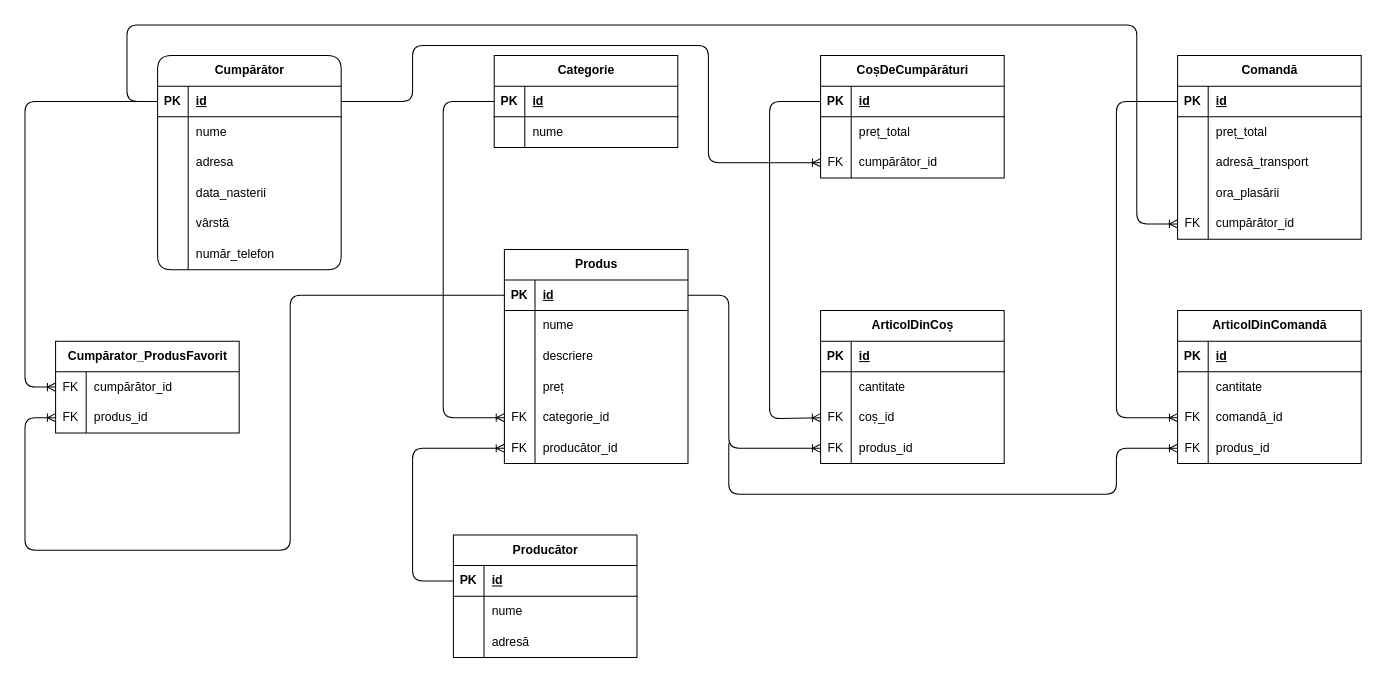
Before: page "database logic model - nenorm" (7 of 9) of use_case_diagram.drawio in ErikaRusznak/piazza-ecommerce, a draw.io diagram. Source tidied: cells renumbered, new cells numbered last; positions are measured from the earlier drawing's top-left corner, leaving out a move shared by most shapes. Both pictures are drawn from the tidied source at 102%, with x=0, y=0 at pixel (24, 24).
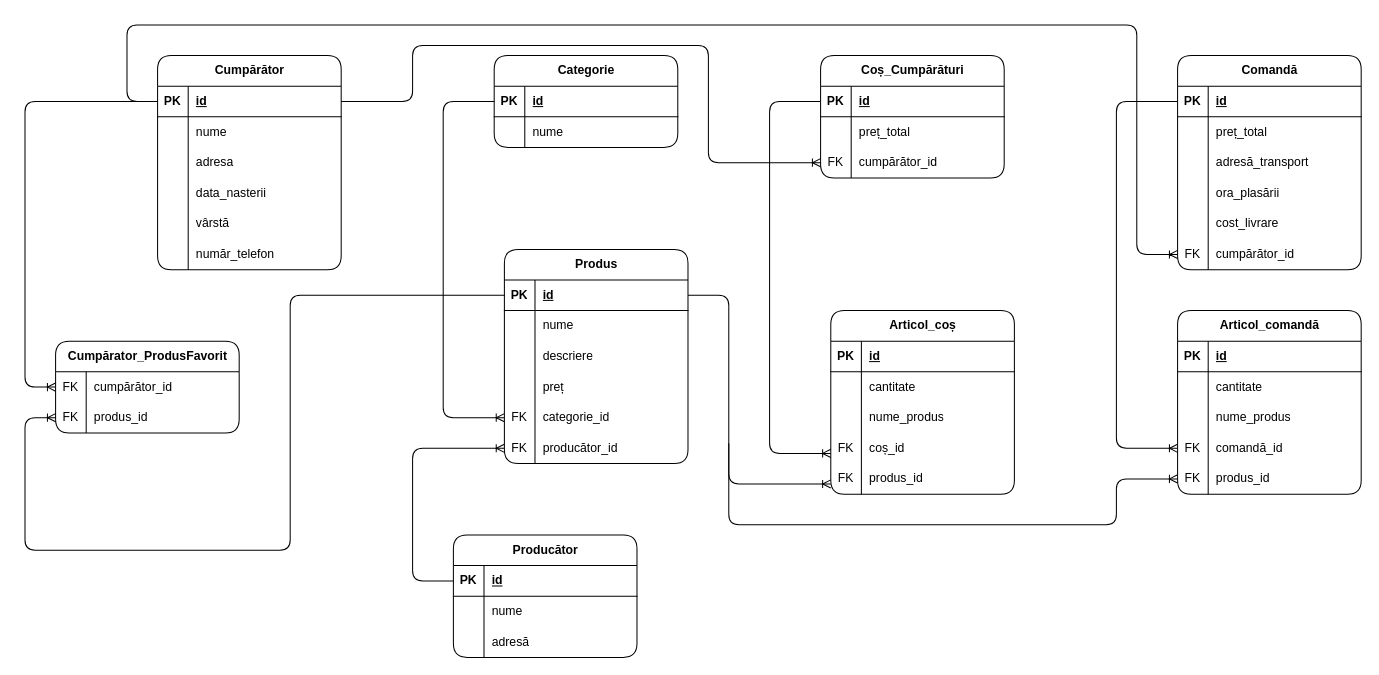
The same diagram, later.

The change refers to these unchanged cells:
```xml
<mxCell id="3" style="shape=tableRow;horizontal=0;startSize=0;swimlaneHead=0;swimlaneBody=0;fillColor=none;points=[[0,0.5],[1,0.5]];portConstraint=eastwest;top=0;left=0;right=0;bottom=1;" parent="2" vertex="1">
  <mxGeometry y="30" width="180" height="30" as="geometry" />
</mxCell>
<mxCell id="29" style="shape=tableRow;horizontal=0;startSize=0;swimlaneHead=0;swimlaneBody=0;fillColor=none;points=[[0,0.5],[1,0.5]];portConstraint=eastwest;top=0;left=0;right=0;bottom=1;" parent="28" vertex="1">
  <mxGeometry y="30" width="180" height="30" as="geometry" />
</mxCell>
<mxCell id="58" style="shape=tableRow;horizontal=0;startSize=0;swimlaneHead=0;swimlaneBody=0;fillColor=none;points=[[0,0.5],[1,0.5]];portConstraint=eastwest;top=0;left=0;right=0;bottom=1;" parent="57" vertex="1">
  <mxGeometry y="30" width="180" height="30" as="geometry" />
</mxCell>
<mxCell id="74" style="shape=tableRow;horizontal=0;startSize=0;swimlaneHead=0;swimlaneBody=0;fillColor=none;points=[[0,0.5],[1,0.5]];portConstraint=eastwest;top=0;left=0;right=0;bottom=0;" parent="67" vertex="1">
  <mxGeometry y="90" width="180" height="30" as="geometry" />
</mxCell>
<mxCell id="77" style="shape=tableRow;horizontal=0;startSize=0;swimlaneHead=0;swimlaneBody=0;fillColor=none;points=[[0,0.5],[1,0.5]];portConstraint=eastwest;top=0;left=0;right=0;bottom=0;" parent="67" vertex="1">
  <mxGeometry y="120" width="180" height="30" as="geometry" />
</mxCell>
<mxCell id="81" style="shape=tableRow;horizontal=0;startSize=0;swimlaneHead=0;swimlaneBody=0;fillColor=none;points=[[0,0.5],[1,0.5]];portConstraint=eastwest;top=0;left=0;right=0;bottom=1;" parent="80" vertex="1">
  <mxGeometry y="30" width="180" height="30" as="geometry" />
</mxCell>
<mxCell id="93" style="shape=tableRow;horizontal=0;startSize=0;swimlaneHead=0;swimlaneBody=0;fillColor=none;points=[[0,0.5],[1,0.5]];portConstraint=eastwest;top=0;left=0;right=0;bottom=0;" parent="80" vertex="1">
  <mxGeometry y="150" width="180" height="30" as="geometry" />
</mxCell>
<mxCell id="103" style="shape=tableRow;horizontal=0;startSize=0;swimlaneHead=0;swimlaneBody=0;fillColor=none;points=[[0,0.5],[1,0.5]];portConstraint=eastwest;top=0;left=0;right=0;bottom=0;" parent="96" vertex="1">
  <mxGeometry y="90" width="180" height="30" as="geometry" />
</mxCell>
<mxCell id="106" style="shape=tableRow;horizontal=0;startSize=0;swimlaneHead=0;swimlaneBody=0;fillColor=none;points=[[0,0.5],[1,0.5]];portConstraint=eastwest;top=0;left=0;right=0;bottom=0;" parent="96" vertex="1">
  <mxGeometry y="120" width="180" height="30" as="geometry" />
</mxCell>
```

Diff of the diagram source:
```diff
@@
-    <mxCell id="21" value="Categorie" style="shape=table;startSize=30;childLayout=tableLayout;rowLines=0;fontStyle=1;align=center;html=1;" parent="1" vertex="1">
+    <mxCell id="21" value="Categorie" style="shape=table;startSize=30;childLayout=tableLayout;rowLines=0;fontStyle=1;align=center;html=1;rounded=1;" parent="1" vertex="1">
       <mxGeometry x="460" y="30" width="180" height="90" as="geometry" />
     </mxCell>
@@
-    <mxCell id="28" value="Produs" style="shape=table;startSize=30;childLayout=tableLayout;rowLines=0;fontStyle=1;align=center;html=1;" parent="1" vertex="1">
+    <mxCell id="28" value="Produs" style="shape=table;startSize=30;childLayout=tableLayout;rowLines=0;fontStyle=1;align=center;html=1;rounded=1;" parent="1" vertex="1">
       <mxGeometry x="470" y="220" width="180" height="210" as="geometry" />
     </mxCell>
@@
-    <mxCell id="47" value="Producător" style="shape=table;startSize=30;childLayout=tableLayout;rowLines=0;fontStyle=1;align=center;html=1;" parent="1" vertex="1">
+    <mxCell id="47" value="Producător" style="shape=table;startSize=30;childLayout=tableLayout;rowLines=0;fontStyle=1;align=center;html=1;rounded=1;" parent="1" vertex="1">
       <mxGeometry x="420" y="500" width="180" height="120" as="geometry" />
     </mxCell>
@@
-    <mxCell id="57" value="CoșDeCumpărături" style="shape=table;startSize=30;childLayout=tableLayout;rowLines=0;fontStyle=1;align=center;html=1;" parent="1" vertex="1">
+    <mxCell id="57" value="Coș_Cumpărături" style="shape=table;startSize=30;childLayout=tableLayout;rowLines=0;fontStyle=1;align=center;html=1;rounded=1;" parent="1" vertex="1">
       <mxGeometry x="780" y="30" width="180" height="120" as="geometry" />
     </mxCell>
@@
-    <mxCell id="67" value="ArticolDinCoș" style="shape=table;startSize=30;childLayout=tableLayout;rowLines=0;fontStyle=1;align=center;html=1;" parent="1" vertex="1">
-      <mxGeometry x="780" y="280" width="180" height="150" as="geometry" />
+    <mxCell id="67" value="Articol_coș" style="shape=table;startSize=30;childLayout=tableLayout;rowLines=0;fontStyle=1;align=center;html=1;rounded=1;" parent="1" vertex="1">
+      <mxGeometry x="790" y="280" width="180" height="180" as="geometry" />
     </mxCell>
@@
-    <mxCell id="75" value="FK" style="shape=partialRectangle;fillColor=none;top=0;left=0;bottom=0;right=0;overflow=hidden;whiteSpace=wrap;html=1;" parent="74" vertex="1">
+    <mxCell id="75" style="shape=partialRectangle;fillColor=none;top=0;left=0;bottom=0;right=0;overflow=hidden;whiteSpace=wrap;html=1;" parent="74" vertex="1">
       <mxGeometry width="30" height="30" as="geometry" />
     </mxCell>
-    <mxCell id="76" value="coș_id" style="shape=partialRectangle;fillColor=none;top=0;left=0;bottom=0;right=0;align=left;spacingLeft=6;overflow=hidden;whiteSpace=wrap;html=1;" parent="74" vertex="1">
+    <mxCell id="76" value="nume_produs" style="shape=partialRectangle;fillColor=none;top=0;left=0;bottom=0;right=0;align=left;spacingLeft=6;overflow=hidden;whiteSpace=wrap;html=1;" parent="74" vertex="1">
       <mxGeometry x="30" width="150" height="30" as="geometry" />
     </mxCell>
@@
-    <mxCell id="79" value="produs_id" style="shape=partialRectangle;fillColor=none;top=0;left=0;bottom=0;right=0;align=left;spacingLeft=6;overflow=hidden;whiteSpace=wrap;html=1;" parent="77" vertex="1">
+    <mxCell id="79" value="coș_id" style="shape=partialRectangle;fillColor=none;top=0;left=0;bottom=0;right=0;align=left;spacingLeft=6;overflow=hidden;whiteSpace=wrap;html=1;" parent="77" vertex="1">
       <mxGeometry x="30" width="150" height="30" as="geometry" />
     </mxCell>
+    <mxCell id="130" style="shape=tableRow;horizontal=0;startSize=0;swimlaneHead=0;swimlaneBody=0;fillColor=none;top=0;left=0;right=0;bottom=0;" parent="67" vertex="1">
+      <mxGeometry y="150" width="180" height="30" as="geometry" />
+    </mxCell>
+    <mxCell id="131" value="FK" style="shape=partialRectangle;fillColor=none;top=0;left=0;bottom=0;right=0;overflow=hidden;whiteSpace=wrap;html=1;" parent="130" vertex="1">
+      <mxGeometry width="30" height="30" as="geometry" />
+    </mxCell>
+    <mxCell id="132" value="produs_id" style="shape=partialRectangle;fillColor=none;top=0;left=0;bottom=0;right=0;align=left;spacingLeft=6;overflow=hidden;whiteSpace=wrap;html=1;" parent="130" vertex="1">
+      <mxGeometry x="30" width="150" height="30" as="geometry" />
+    </mxCell>
-    <mxCell id="80" value="Comandă" style="shape=table;startSize=30;childLayout=tableLayout;rowLines=0;fontStyle=1;align=center;html=1;" parent="1" vertex="1">
-      <mxGeometry x="1130" y="30" width="180" height="180" as="geometry" />
+    <mxCell id="80" value="Comandă" style="shape=table;startSize=30;childLayout=tableLayout;rowLines=0;fontStyle=1;align=center;html=1;rounded=1;" parent="1" vertex="1">
+      <mxGeometry x="1130" y="30" width="180" height="210" as="geometry" />
     </mxCell>
@@
-    <mxCell id="94" value="FK" style="shape=partialRectangle;fillColor=none;top=0;left=0;bottom=0;right=0;overflow=hidden;whiteSpace=wrap;html=1;" parent="93" vertex="1">
+    <mxCell id="94" style="shape=partialRectangle;fillColor=none;top=0;left=0;bottom=0;right=0;overflow=hidden;whiteSpace=wrap;html=1;" parent="93" vertex="1">
       <mxGeometry width="30" height="30" as="geometry" />
     </mxCell>
-    <mxCell id="95" value="cumpărător_id" style="shape=partialRectangle;fillColor=none;top=0;left=0;bottom=0;right=0;align=left;spacingLeft=6;overflow=hidden;whiteSpace=wrap;html=1;" parent="93" vertex="1">
+    <mxCell id="95" value="cost_livrare" style="shape=partialRectangle;fillColor=none;top=0;left=0;bottom=0;right=0;align=left;spacingLeft=6;overflow=hidden;whiteSpace=wrap;html=1;" parent="93" vertex="1">
       <mxGeometry x="30" width="150" height="30" as="geometry" />
     </mxCell>
+    <mxCell id="133" style="shape=tableRow;horizontal=0;startSize=0;swimlaneHead=0;swimlaneBody=0;fillColor=none;points=[[0,0.5],[1,0.5]];portConstraint=eastwest;top=0;left=0;right=0;bottom=0;" parent="80" vertex="1">
+      <mxGeometry y="180" width="180" height="30" as="geometry" />
+    </mxCell>
+    <mxCell id="134" value="FK" style="shape=partialRectangle;fillColor=none;top=0;left=0;bottom=0;right=0;overflow=hidden;whiteSpace=wrap;html=1;" parent="133" vertex="1">
+      <mxGeometry width="30" height="30" as="geometry" />
+    </mxCell>
+    <mxCell id="135" value="cumpărător_id" style="shape=partialRectangle;fillColor=none;top=0;left=0;bottom=0;right=0;align=left;spacingLeft=6;overflow=hidden;whiteSpace=wrap;html=1;" parent="133" vertex="1">
+      <mxGeometry x="30" width="150" height="30" as="geometry" />
+    </mxCell>
-    <mxCell id="96" value="ArticolDinComandă" style="shape=table;startSize=30;childLayout=tableLayout;rowLines=0;fontStyle=1;align=center;html=1;" parent="1" vertex="1">
-      <mxGeometry x="1130" y="280" width="180" height="150" as="geometry" />
+    <mxCell id="96" value="Articol_comandă" style="shape=table;startSize=30;childLayout=tableLayout;rowLines=0;fontStyle=1;align=center;html=1;rounded=1;" parent="1" vertex="1">
+      <mxGeometry x="1130" y="280" width="180" height="180" as="geometry" />
     </mxCell>
@@
-    <mxCell id="104" value="FK" style="shape=partialRectangle;fillColor=none;top=0;left=0;bottom=0;right=0;overflow=hidden;whiteSpace=wrap;html=1;" parent="103" vertex="1">
+    <mxCell id="104" style="shape=partialRectangle;fillColor=none;top=0;left=0;bottom=0;right=0;overflow=hidden;whiteSpace=wrap;html=1;" parent="103" vertex="1">
       <mxGeometry width="30" height="30" as="geometry" />
     </mxCell>
-    <mxCell id="105" value="comandă_id" style="shape=partialRectangle;fillColor=none;top=0;left=0;bottom=0;right=0;align=left;spacingLeft=6;overflow=hidden;whiteSpace=wrap;html=1;" parent="103" vertex="1">
+    <mxCell id="105" value="nume_produs" style="shape=partialRectangle;fillColor=none;top=0;left=0;bottom=0;right=0;align=left;spacingLeft=6;overflow=hidden;whiteSpace=wrap;html=1;" parent="103" vertex="1">
       <mxGeometry x="30" width="150" height="30" as="geometry" />
     </mxCell>
@@
-    <mxCell id="108" value="produs_id" style="shape=partialRectangle;fillColor=none;top=0;left=0;bottom=0;right=0;align=left;spacingLeft=6;overflow=hidden;whiteSpace=wrap;html=1;" parent="106" vertex="1">
+    <mxCell id="108" value="comandă_id" style="shape=partialRectangle;fillColor=none;top=0;left=0;bottom=0;right=0;align=left;spacingLeft=6;overflow=hidden;whiteSpace=wrap;html=1;" parent="106" vertex="1">
       <mxGeometry x="30" width="150" height="30" as="geometry" />
     </mxCell>
+    <mxCell id="136" style="shape=tableRow;horizontal=0;startSize=0;swimlaneHead=0;swimlaneBody=0;fillColor=none;points=[[0,0.5],[1,0.5]];portConstraint=eastwest;top=0;left=0;right=0;bottom=0;" parent="96" vertex="1">
+      <mxGeometry y="150" width="180" height="30" as="geometry" />
+    </mxCell>
+    <mxCell id="137" value="FK" style="shape=partialRectangle;fillColor=none;top=0;left=0;bottom=0;right=0;overflow=hidden;whiteSpace=wrap;html=1;" parent="136" vertex="1">
+      <mxGeometry width="30" height="30" as="geometry" />
+    </mxCell>
+    <mxCell id="138" value="produs_id" style="shape=partialRectangle;fillColor=none;top=0;left=0;bottom=0;right=0;align=left;spacingLeft=6;overflow=hidden;whiteSpace=wrap;html=1;" parent="136" vertex="1">
+      <mxGeometry x="30" width="150" height="30" as="geometry" />
+    </mxCell>
@@
-    <mxCell id="113" value="Cumpărator_ProdusFavorit" style="shape=table;startSize=30;childLayout=tableLayout;rowLines=0;fontStyle=1;align=center;html=1;shadow=0;" parent="1" vertex="1">
+    <mxCell id="113" value="Cumpărator_ProdusFavorit" style="shape=table;startSize=30;childLayout=tableLayout;rowLines=0;fontStyle=1;align=center;html=1;shadow=0;rounded=1;" parent="1" vertex="1">
       <mxGeometry x="30" y="310" width="180" height="90" as="geometry" />
     </mxCell>
@@
-    <mxCell id="123" style="edgeStyle=orthogonalEdgeStyle;fontSize=12;html=1;endArrow=ERoneToMany;rounded=1;entryX=0;entryY=0.5;entryDx=0;entryDy=0;shadow=0;jumpStyle=none;curved=0;" parent="1" edge="1" source="3" target="93">
+    <mxCell id="123" style="edgeStyle=orthogonalEdgeStyle;fontSize=12;html=1;endArrow=ERoneToMany;rounded=1;entryX=0;entryY=0.5;entryDx=0;entryDy=0;shadow=0;jumpStyle=none;curved=0;" parent="1" edge="1" source="3" target="133">
       <mxGeometry relative="1" as="geometry">
         <Array as="points">
           <mxPoint x="100" y="75" />
           <mxPoint x="100" />
           <mxPoint x="1090" />
-          <mxPoint x="1090" y="195" />
+          <mxPoint x="1090" y="225" />
         </Array>
       </mxGeometry>
     </mxCell>
-    <mxCell id="124" style="edgeStyle=orthogonalEdgeStyle;fontSize=12;html=1;endArrow=ERoneToMany;rounded=1;entryX=0;entryY=0.5;entryDx=0;entryDy=0;curved=0;exitX=0;exitY=0.5;exitDx=0;exitDy=0;" parent="1" edge="1" source="81" target="103">
+    <mxCell id="124" style="edgeStyle=orthogonalEdgeStyle;fontSize=12;html=1;endArrow=ERoneToMany;rounded=1;curved=0;exitX=0;exitY=0.5;exitDx=0;exitDy=0;entryX=0;entryY=0.5;entryDx=0;entryDy=0;" parent="1" edge="1" source="81" target="106">
       <mxGeometry relative="1" as="geometry">
         <Array as="points">
           <mxPoint x="1070" y="75" />
-          <mxPoint x="1070" y="385" />
+          <mxPoint x="1070" y="415" />
         </Array>
       </mxGeometry>
     </mxCell>
-    <mxCell id="125" style="edgeStyle=orthogonalEdgeStyle;fontSize=12;html=1;endArrow=ERoneToMany;rounded=1;entryX=0;entryY=0.5;entryDx=0;entryDy=0;curved=0;exitX=0;exitY=0.5;exitDx=0;exitDy=0;" parent="1" edge="1" source="58" target="74">
+    <mxCell id="125" style="edgeStyle=orthogonalEdgeStyle;fontSize=12;html=1;endArrow=ERoneToMany;rounded=1;curved=0;exitX=0;exitY=0.5;exitDx=0;exitDy=0;" parent="1" edge="1">
       <mxGeometry relative="1" as="geometry">
+        <mxPoint x="780" y="75" as="sourcePoint" />
+        <mxPoint x="790" y="420" as="targetPoint" />
         <Array as="points">
           <mxPoint x="730" y="75" />
-          <mxPoint x="730" y="386" />
+          <mxPoint x="730" y="420" />
+          <mxPoint x="790" y="420" />
         </Array>
       </mxGeometry>
     </mxCell>
@@
-    <mxCell id="127" style="edgeStyle=orthogonalEdgeStyle;fontSize=12;html=1;endArrow=ERoneToMany;rounded=1;entryX=0;entryY=0.5;entryDx=0;entryDy=0;exitX=1;exitY=0.5;exitDx=0;exitDy=0;" parent="1" edge="1" source="29" target="77">
+    <mxCell id="127" style="edgeStyle=orthogonalEdgeStyle;fontSize=12;html=1;endArrow=ERoneToMany;rounded=1;exitX=1;exitY=0.5;exitDx=0;exitDy=0;" parent="1" edge="1" source="29">
       <mxGeometry relative="1" as="geometry">
+        <mxPoint x="790" y="450" as="targetPoint" />
         <Array as="points">
           <mxPoint x="690" y="265" />
-          <mxPoint x="690" y="415" />
+          <mxPoint x="690" y="450" />
+          <mxPoint x="790" y="450" />
         </Array>
       </mxGeometry>
     </mxCell>
-    <mxCell id="128" style="edgeStyle=orthogonalEdgeStyle;fontSize=12;html=1;endArrow=ERoneToMany;rounded=1;entryX=0;entryY=0.5;entryDx=0;entryDy=0;" parent="1" edge="1" target="106">
+    <mxCell id="128" style="edgeStyle=orthogonalEdgeStyle;fontSize=12;html=1;endArrow=ERoneToMany;rounded=1;entryX=0;entryY=0.5;entryDx=0;entryDy=0;" parent="1" edge="1" target="136">
       <mxGeometry relative="1" as="geometry">
         <mxPoint x="690" y="410" as="sourcePoint" />
         <Array as="points">
-          <mxPoint x="690" y="460" />
-          <mxPoint x="1070" y="460" />
-          <mxPoint x="1070" y="415" />
+          <mxPoint x="690" y="490" />
+          <mxPoint x="1070" y="490" />
+          <mxPoint x="1070" y="445" />
         </Array>
       </mxGeometry>
     </mxCell>
```
